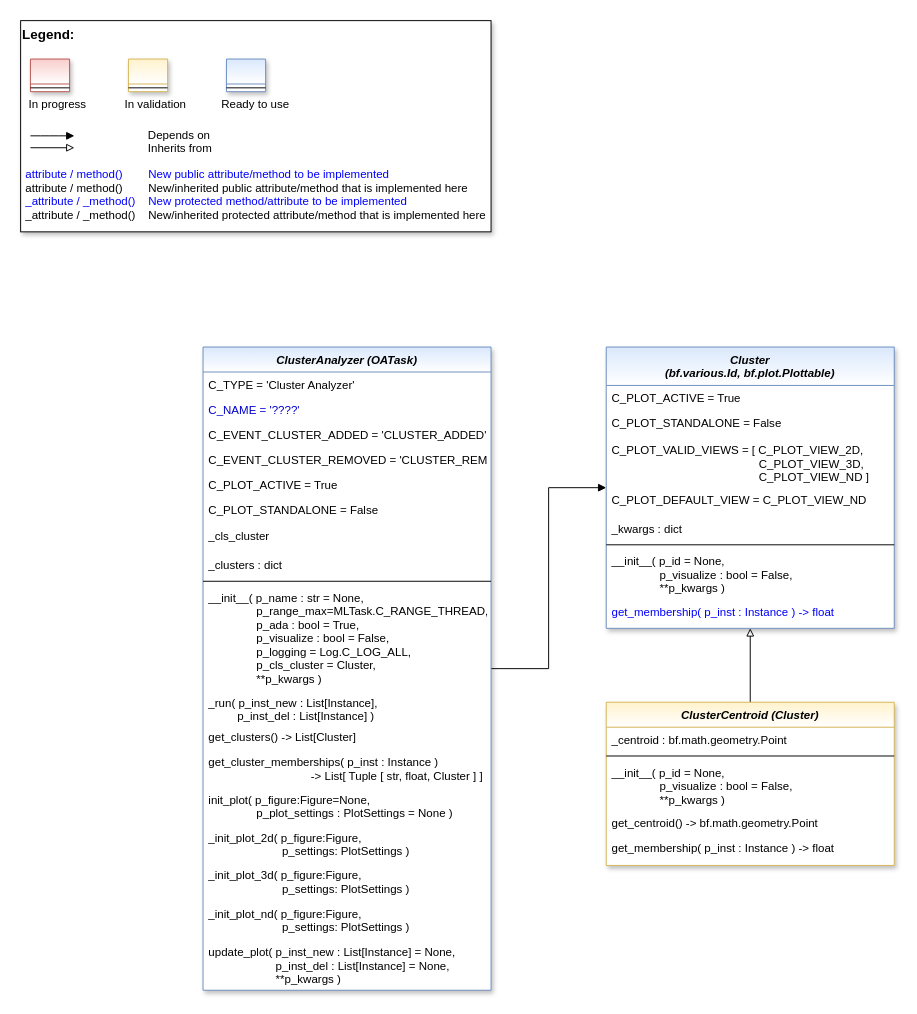
Before: doc/rtd/content/04_appendices/appendix2/sub/core/mlpro_oa/streams/tasks/images/MLPro-OA-Cluster_Analyzers_class_diagram.drawio in fhswf/MLPro, a draw.io diagram. Source tidied: cells renumbered, new cells numbered last; positions are measured from the earlier drawing's top-left corner, leaving out a move shared by most shapes. Both pictures are drawn from the tidied source at 96%, with x=0, y=0 at pixel (20, 20).
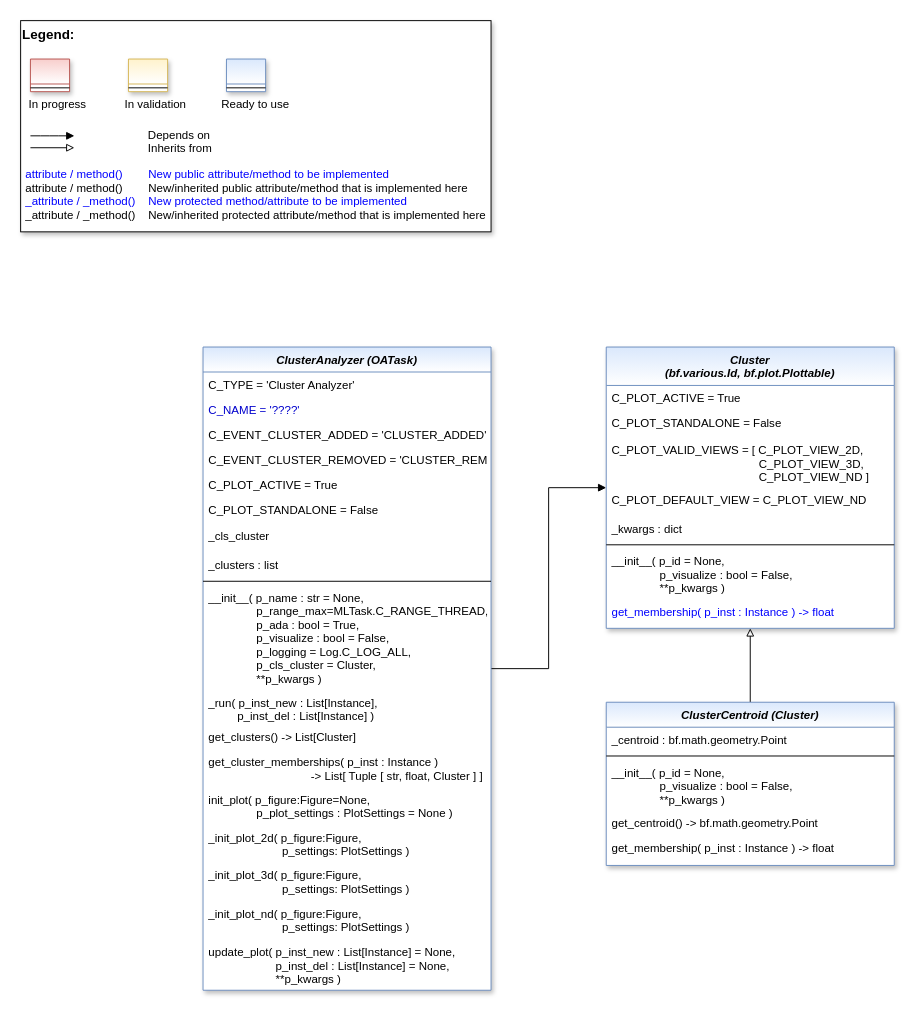
The same page after the edit.

Commit message (it also covers changes not shown here):
OA-Task: Templates for Cluster Analyzers #589

The change refers to these unchanged cells:
```xml
<mxCell id="13" value="ClusterAnalyzer (OATask)" style="swimlane;fontStyle=3;align=center;verticalAlign=top;horizontal=1;startSize=26;rounded=0;shadow=1;strokeWidth=1;fillColor=#dae8fc;strokeColor=#6c8ebf;swimlaneFillColor=#ffffff;gradientColor=#FFFFFF;" parent="1" vertex="1">
  <mxGeometry x="190" y="340" width="300" height="670" as="geometry" />
</mxCell>
```

Diff of the diagram source:
```diff
@@
-    <mxCell id="21" value="_clusters : dict" style="text;align=left;verticalAlign=top;spacingLeft=4;spacingRight=4;overflow=hidden;fontColor=default;" parent="13" vertex="1">
+    <mxCell id="21" value="_clusters : list" style="text;align=left;verticalAlign=top;spacingLeft=4;spacingRight=4;overflow=hidden;fontColor=default;" parent="13" vertex="1">
       <mxGeometry y="214" width="300" height="26" as="geometry" />
     </mxCell>
@@
-    <mxCell id="42" value="ClusterCentroid (Cluster)" style="swimlane;fontStyle=3;align=center;verticalAlign=top;horizontal=1;startSize=26;rounded=0;shadow=1;strokeWidth=1;fillColor=#fff2cc;strokeColor=#d6b656;swimlaneFillColor=#ffffff;gradientColor=#FFFFFF;" parent="1" vertex="1">
+    <mxCell id="42" value="ClusterCentroid (Cluster)" style="swimlane;fontStyle=3;align=center;verticalAlign=top;horizontal=1;startSize=26;rounded=0;shadow=1;strokeWidth=1;fillColor=#dae8fc;strokeColor=#6c8ebf;swimlaneFillColor=#ffffff;gradientColor=#FFFFFF;" parent="1" vertex="1">
       <mxGeometry x="610" y="710" width="300" height="170" as="geometry" />
     </mxCell>
```
